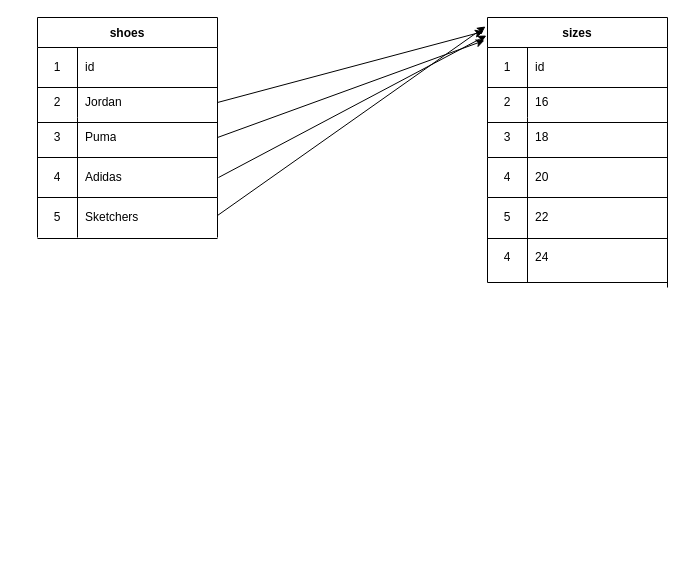
project-ultra-2022/db.postgresql keeps this draw.io diagram as santiago/documentacion/db.drawio. Above is the earlier version. Source tidied: cells renumbered, new cells numbered last; positions are measured from the earlier drawing's top-left corner, leaving out a move shared by most shapes. Both pictures are drawn from the tidied source at 100%, with x=0, y=0 at pixel (17, 17).
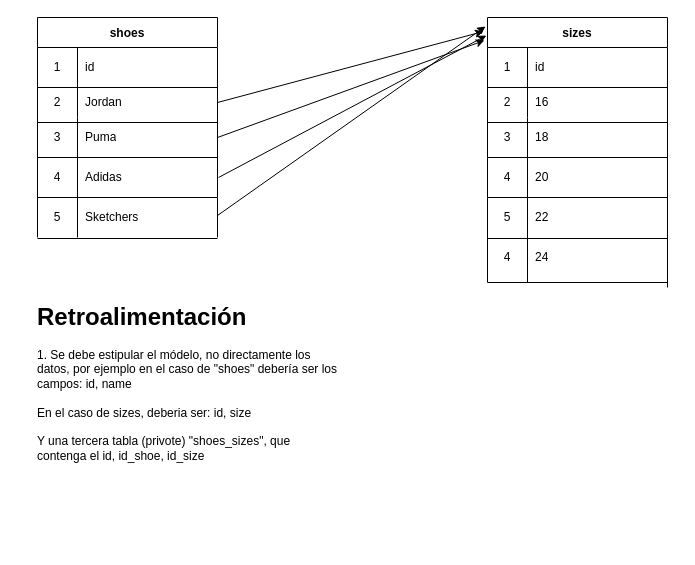
After the change.

Diff of the diagram source:
```diff
@@
+    <mxCell id="57" value="&lt;h1&gt;Retroalimentación&lt;/h1&gt;&lt;div&gt;1. Se debe estipular el módelo, no directamente los datos, por ejemplo en el caso de &quot;shoes&quot; debería ser los campos: id, name&lt;/div&gt;&lt;div&gt;&lt;br&gt;&lt;/div&gt;&lt;div&gt;En el caso de sizes, deberia ser: id, size&lt;/div&gt;&lt;div&gt;&lt;br&gt;&lt;/div&gt;&lt;div&gt;Y una tercera tabla (privote) &quot;shoes_sizes&quot;, que contenga el id, id_shoe, id_size&lt;/div&gt;" style="text;html=1;strokeColor=none;fillColor=none;spacing=5;spacingTop=-20;whiteSpace=wrap;overflow=hidden;rounded=0;" parent="1" vertex="1">
+      <mxGeometry x="15" y="280" width="310" height="250" as="geometry" />
+    </mxCell>
```
